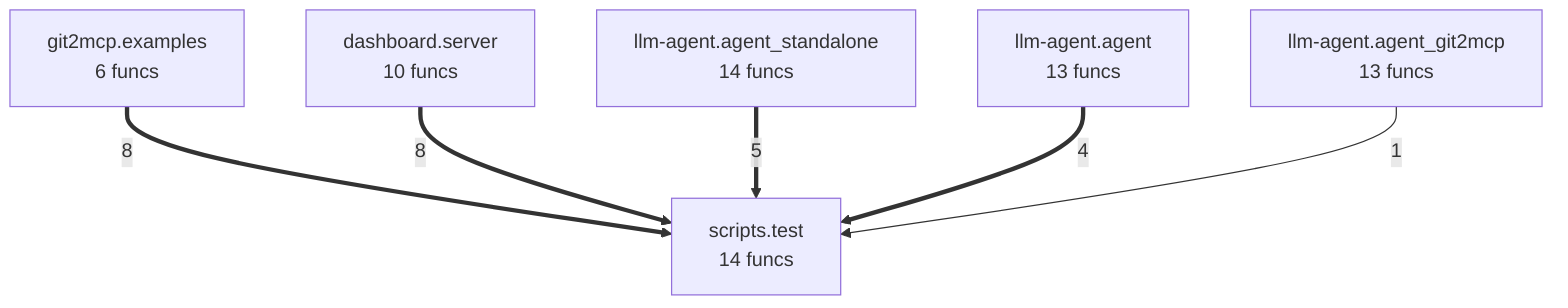
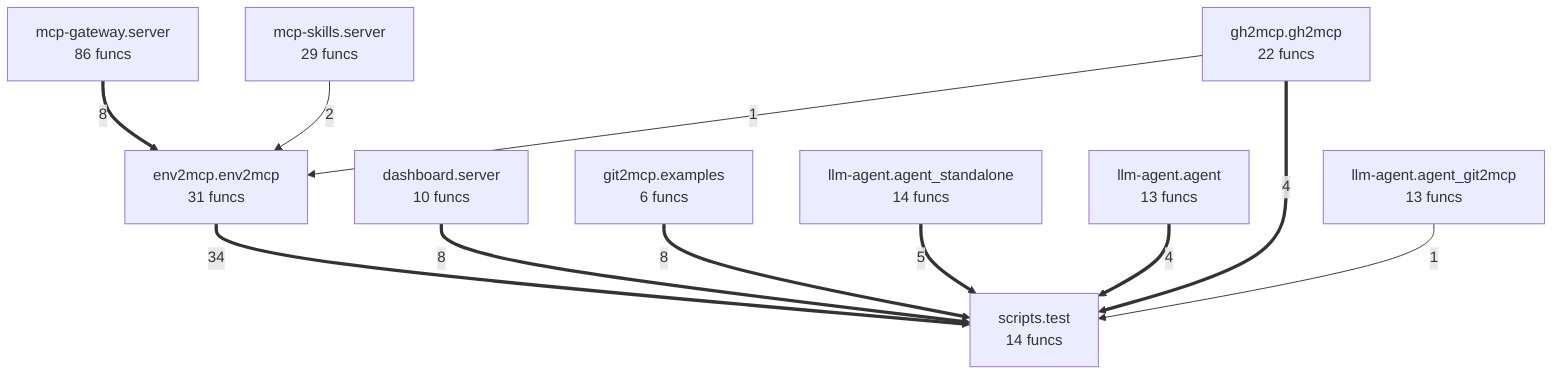
flowchart TD
    dashboard__server["dashboard.server<br/>10 funcs"]
+     env2mcp__env2mcp["env2mcp.env2mcp<br/>31 funcs"]
+     gh2mcp__gh2mcp["gh2mcp.gh2mcp<br/>22 funcs"]
    git2mcp__examples["git2mcp.examples<br/>6 funcs"]
    llm_agent__agent["llm-agent.agent<br/>13 funcs"]
    llm_agent__agent_git2mcp["llm-agent.agent_git2mcp<br/>13 funcs"]
    llm_agent__agent_standalone["llm-agent.agent_standalone<br/>14 funcs"]
+     mcp_gateway__server["mcp-gateway.server<br/>86 funcs"]
+     mcp_skills__server["mcp-skills.server<br/>29 funcs"]
    scripts__test["scripts.test<br/>14 funcs"]
+     env2mcp__env2mcp ==>|34| scripts__test
+     dashboard__server ==>|8| scripts__test
    git2mcp__examples ==>|8| scripts__test
-     dashboard__server ==>|8| scripts__test
+     mcp_gateway__server ==>|8| env2mcp__env2mcp
    llm_agent__agent_standalone ==>|5| scripts__test
    llm_agent__agent ==>|4| scripts__test
+     gh2mcp__gh2mcp ==>|4| scripts__test
+     mcp_skills__server -->|2| env2mcp__env2mcp
    llm_agent__agent_git2mcp -->|1| scripts__test
+     gh2mcp__gh2mcp -->|1| env2mcp__env2mcp
